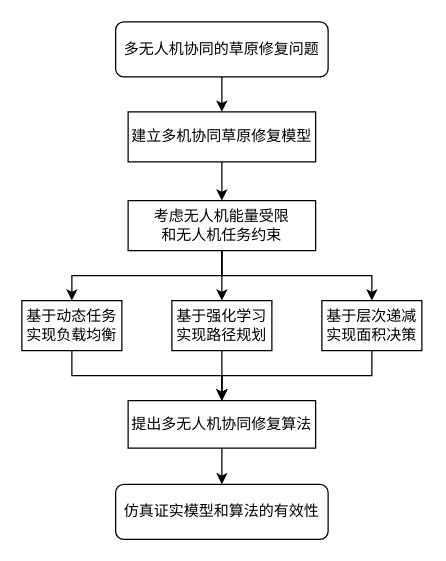
Before: graduate/ProcessOn.drawio in VictoryHero/DrawIO, a draw.io diagram. Source tidied: cells renumbered, new cells numbered last; positions are measured from the earlier drawing's top-left corner, leaving out a move shared by most shapes. Both pictures are drawn from the tidied source at 125%, with x=0, y=0 at pixel (21, 21).
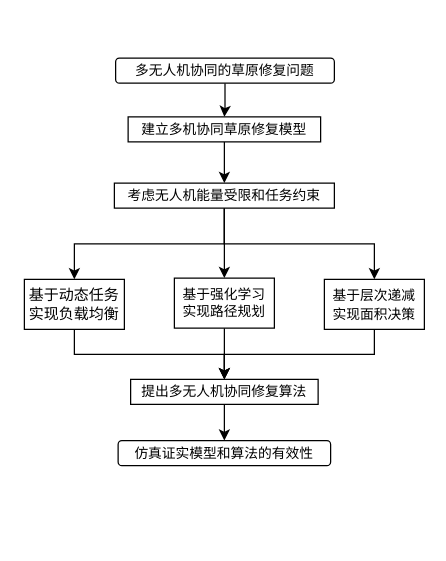
Above is the later version.

What changed in the source:
```diff
@@
 <mxGraphModel>
   <root>
     <mxCell id="0" />
     <mxCell id="1" parent="0" />
     <mxCell id="2" style="edgeStyle=orthogonalEdgeStyle;rounded=0;jettySize=auto;html=1;exitX=0.5;exitY=1;exitDx=0;exitDy=0;" parent="1" edge="1" source="3" target="5">
       <mxGeometry relative="1" as="geometry" />
     </mxCell>
-    <mxCell id="3" value="多无人机协同的草原修复问题" style="rounded=1;whiteSpace=wrap;html=1;glass=0;shadow=0;sketch=0;gradientColor=none;" parent="1" vertex="1">
-      <mxGeometry x="75" width="170" height="44" as="geometry" />
+    <mxCell id="3" value="&lt;font style=&quot;font-size: 11px;&quot; face=&quot;宋体&quot;&gt;多无人机协同的草原修复问题&lt;/font&gt;" style="rounded=1;whiteSpace=wrap;html=1;glass=0;shadow=0;sketch=0;gradientColor=none;" parent="1" vertex="1">
+      <mxGeometry x="75" y="29" width="175" height="20" as="geometry" />
     </mxCell>
     <mxCell id="4" style="edgeStyle=orthogonalEdgeStyle;rounded=0;jettySize=auto;html=1;exitX=0.5;exitY=1;exitDx=0;exitDy=0;" parent="1" edge="1" source="5" target="9">
       <mxGeometry relative="1" as="geometry" />
     </mxCell>
-    <mxCell id="5" value="建立多机协同草原修复模型" style="rounded=0;whiteSpace=wrap;html=1;" parent="1" vertex="1">
-      <mxGeometry x="85" y="72" width="150" height="40" as="geometry" />
+    <mxCell id="5" value="&lt;font style=&quot;font-size: 11px;&quot; face=&quot;宋体&quot;&gt;建立多机协同草原修复模型&lt;/font&gt;" style="rounded=0;whiteSpace=wrap;html=1;" parent="1" vertex="1">
+      <mxGeometry x="85" y="76" width="154" height="20" as="geometry" />
     </mxCell>
     <mxCell id="6" style="edgeStyle=orthogonalEdgeStyle;rounded=0;jettySize=auto;html=1;exitX=0.5;exitY=1;exitDx=0;exitDy=0;" parent="1" edge="1" source="9" target="13">
       <mxGeometry relative="1" as="geometry" />
     </mxCell>
+    <mxCell id="8" style="edgeStyle=orthogonalEdgeStyle;rounded=0;jettySize=auto;html=1;exitX=0.5;exitY=1;exitDx=0;exitDy=0;entryX=0.5;entryY=0;entryDx=0;entryDy=0;" parent="1" edge="1" source="9" target="15">
+      <mxGeometry relative="1" as="geometry" />
+    </mxCell>
     <mxCell id="7" style="edgeStyle=orthogonalEdgeStyle;rounded=0;jettySize=auto;html=1;exitX=0.5;exitY=1;exitDx=0;exitDy=0;entryX=0.5;entryY=0;entryDx=0;entryDy=0;" parent="1" edge="1" source="9" target="11">
       <mxGeometry relative="1" as="geometry" />
     </mxCell>
-    <mxCell id="8" style="edgeStyle=orthogonalEdgeStyle;rounded=0;jettySize=auto;html=1;exitX=0.5;exitY=1;exitDx=0;exitDy=0;entryX=0.5;entryY=0;entryDx=0;entryDy=0;" parent="1" edge="1" source="9" target="15">
-      <mxGeometry relative="1" as="geometry" />
-    </mxCell>
-    <mxCell id="9" value="考虑无人机能量受限&lt;br&gt;和无人机任务约束" style="rounded=0;whiteSpace=wrap;html=1;" parent="1" vertex="1">
-      <mxGeometry x="85" y="143" width="150" height="40" as="geometry" />
+    <mxCell id="9" value="&lt;font style=&quot;font-size: 11px;&quot; face=&quot;宋体&quot;&gt;考虑无人机能量受限和任务约束&lt;/font&gt;" style="rounded=0;whiteSpace=wrap;html=1;" parent="1" vertex="1">
+      <mxGeometry x="74" y="129" width="176" height="20" as="geometry" />
     </mxCell>
     <mxCell id="10" style="edgeStyle=orthogonalEdgeStyle;rounded=0;jettySize=auto;html=1;exitX=0.5;exitY=1;exitDx=0;exitDy=0;entryX=0.5;entryY=0;entryDx=0;entryDy=0;" parent="1" edge="1" source="11" target="17">
       <mxGeometry relative="1" as="geometry" />
     </mxCell>
-    <mxCell id="11" value="基于强化学习&lt;br&gt;实现路径规划" style="rounded=0;whiteSpace=wrap;html=1;" parent="1" vertex="1">
-      <mxGeometry x="120" y="223" width="80" height="40" as="geometry" />
+    <mxCell id="11" value="&lt;font face=&quot;宋体&quot; style=&quot;font-size: 11px;&quot;&gt;基于强化学习&lt;br style=&quot;font-size: 11px;&quot;&gt;实现路径规划&lt;/font&gt;" style="rounded=0;whiteSpace=wrap;html=1;fontSize=11;" parent="1" vertex="1">
+      <mxGeometry x="122" y="205" width="80" height="40" as="geometry" />
     </mxCell>
     <mxCell id="12" style="edgeStyle=orthogonalEdgeStyle;rounded=0;jettySize=auto;html=1;exitX=0.5;exitY=1;exitDx=0;exitDy=0;" parent="1" edge="1" source="13" target="17">
       <mxGeometry relative="1" as="geometry" />
     </mxCell>
-    <mxCell id="13" value="基于动态任务&lt;br&gt;实现负载均衡" style="rounded=0;whiteSpace=wrap;html=1;" parent="1" vertex="1">
-      <mxGeometry y="223" width="80" height="40" as="geometry" />
+    <mxCell id="13" value="&lt;font face=&quot;宋体&quot;&gt;基于动态任务&lt;br&gt;实现负载均衡&lt;/font&gt;" style="rounded=0;whiteSpace=wrap;html=1;" parent="1" vertex="1">
+      <mxGeometry x="2" y="206" width="80" height="40" as="geometry" />
     </mxCell>
     <mxCell id="14" style="edgeStyle=orthogonalEdgeStyle;rounded=0;jettySize=auto;html=1;exitX=0.5;exitY=1;exitDx=0;exitDy=0;entryX=0.5;entryY=0;entryDx=0;entryDy=0;" parent="1" edge="1" source="15" target="17">
       <mxGeometry relative="1" as="geometry" />
     </mxCell>
-    <mxCell id="15" value="基于层次递减&lt;br&gt;实现面积决策" style="rounded=0;whiteSpace=wrap;html=1;" parent="1" vertex="1">
-      <mxGeometry x="240" y="223" width="80" height="40" as="geometry" />
+    <mxCell id="15" value="&lt;font style=&quot;font-size: 11px;&quot; face=&quot;宋体&quot;&gt;基于层次递减&lt;br style=&quot;font-size: 11px;&quot;&gt;实现面积决策&lt;/font&gt;" style="rounded=0;whiteSpace=wrap;html=1;" parent="1" vertex="1">
+      <mxGeometry x="242" y="206" width="80" height="40" as="geometry" />
     </mxCell>
     <mxCell id="16" style="edgeStyle=orthogonalEdgeStyle;rounded=0;jettySize=auto;html=1;exitX=0.5;exitY=1;exitDx=0;exitDy=0;entryX=0.5;entryY=0;entryDx=0;entryDy=0;" parent="1" edge="1" source="17" target="18">
       <mxGeometry relative="1" as="geometry" />
     </mxCell>
-    <mxCell id="17" value="提出多无人机协同修复算法" style="rounded=0;whiteSpace=wrap;html=1;" parent="1" vertex="1">
-      <mxGeometry x="85" y="303" width="150" height="38" as="geometry" />
+    <mxCell id="17" value="&lt;font style=&quot;font-size: 11px;&quot; face=&quot;宋体&quot;&gt;提出多无人机协同修复算法&lt;/font&gt;" style="rounded=0;whiteSpace=wrap;html=1;" parent="1" vertex="1">
+      <mxGeometry x="87" y="286" width="150" height="20" as="geometry" />
     </mxCell>
-    <mxCell id="18" value="仿真证实模型和算法的有效性" style="rounded=1;whiteSpace=wrap;html=1;glass=0;shadow=0;sketch=0;gradientColor=none;" parent="1" vertex="1">
-      <mxGeometry x="75" y="370" width="170" height="44" as="geometry" />
+    <mxCell id="18" value="&lt;font style=&quot;font-size: 11px;&quot; face=&quot;宋体&quot;&gt;仿真证实模型和算法的有效性&lt;/font&gt;" style="rounded=1;whiteSpace=wrap;html=1;glass=0;shadow=0;sketch=0;gradientColor=none;" parent="1" vertex="1">
+      <mxGeometry x="77" y="335" width="170" height="20" as="geometry" />
     </mxCell>
   </root>
 </mxGraphModel>
```
